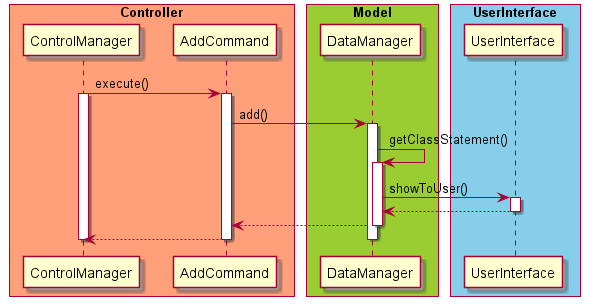
This is docs/diagram/Add.png from untitle4/tp, a PlantUML export, as it was before one commit.
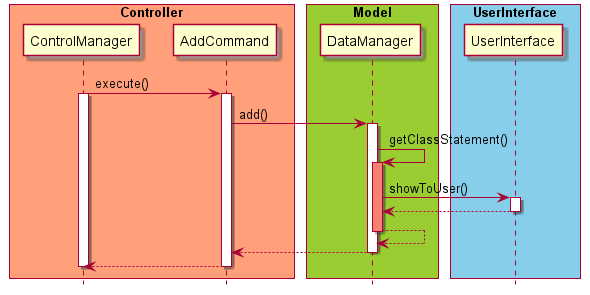
The same file after the commit.

Commit message:
Update uml diagram

Change to the diagram source:
```diff
@@ -2,6 +2,7 @@
 
 skinparam ParticipantPadding 10
 skinparam BoxPadding 5
+hide footbox
 
 box "Controller" #LightSalmon
 participant ControlManager
@@ -23,16 +24,17 @@
 AddCommand -> DataManager: add()
 activate DataManager
 DataManager -> DataManager: getClassStatement()
-activate DataManager
+activate DataManager #salmon
 DataManager -> UserInterface: showToUser()
 activate UserInterface
 UserInterface --> DataManager
 deactivate UserInterface
+DataManager --> DataManager
+deactivate DataManager
 DataManager --> AddCommand
 deactivate DataManager
 AddCommand --> ControlManager
 deactivate AddCommand
-deactivate DataManager
 
 deactivate ControlManager
 @enduml
```
